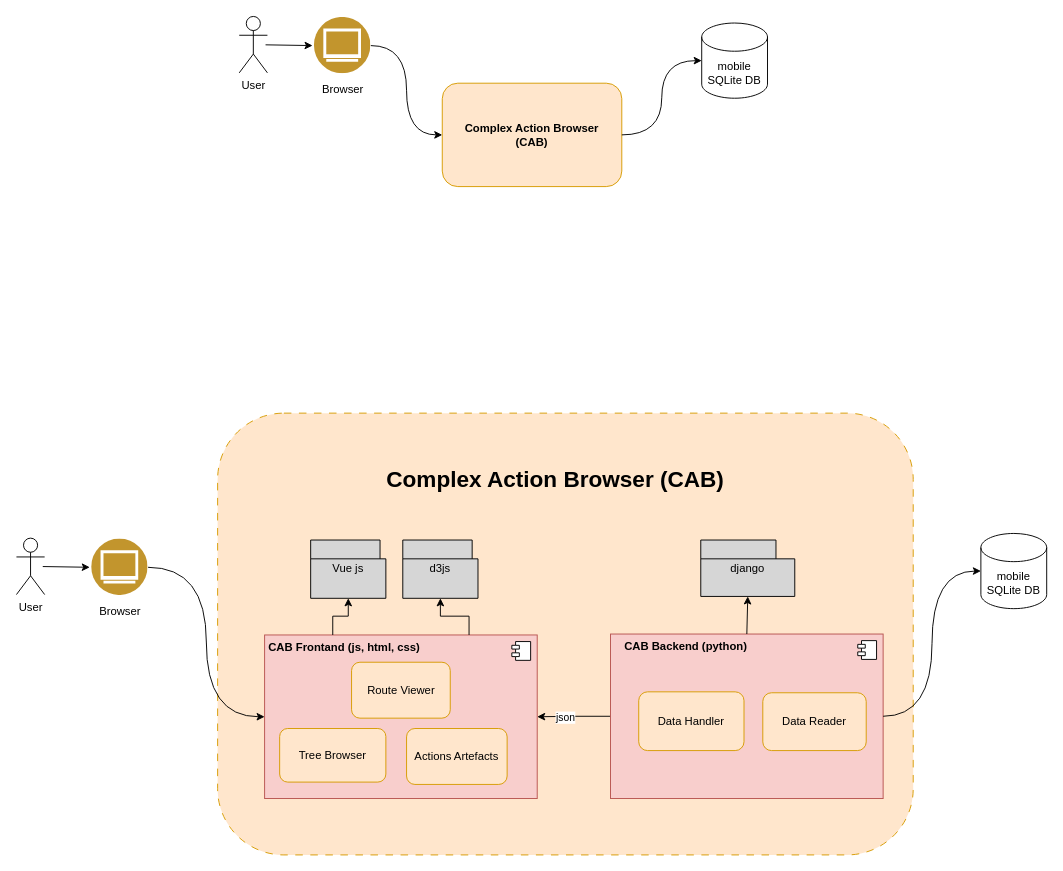
Earlier version of the draw.io diagram doc/Design.drawio (Djelloul-Briksi/Portfolio-Software-Engineering). Source tidied: cells renumbered, new cells numbered last; positions are measured from the earlier drawing's top-left corner, leaving out a move shared by most shapes. Both pictures are drawn from the tidied source at 94%, with x=0, y=0 at pixel (16, 16).
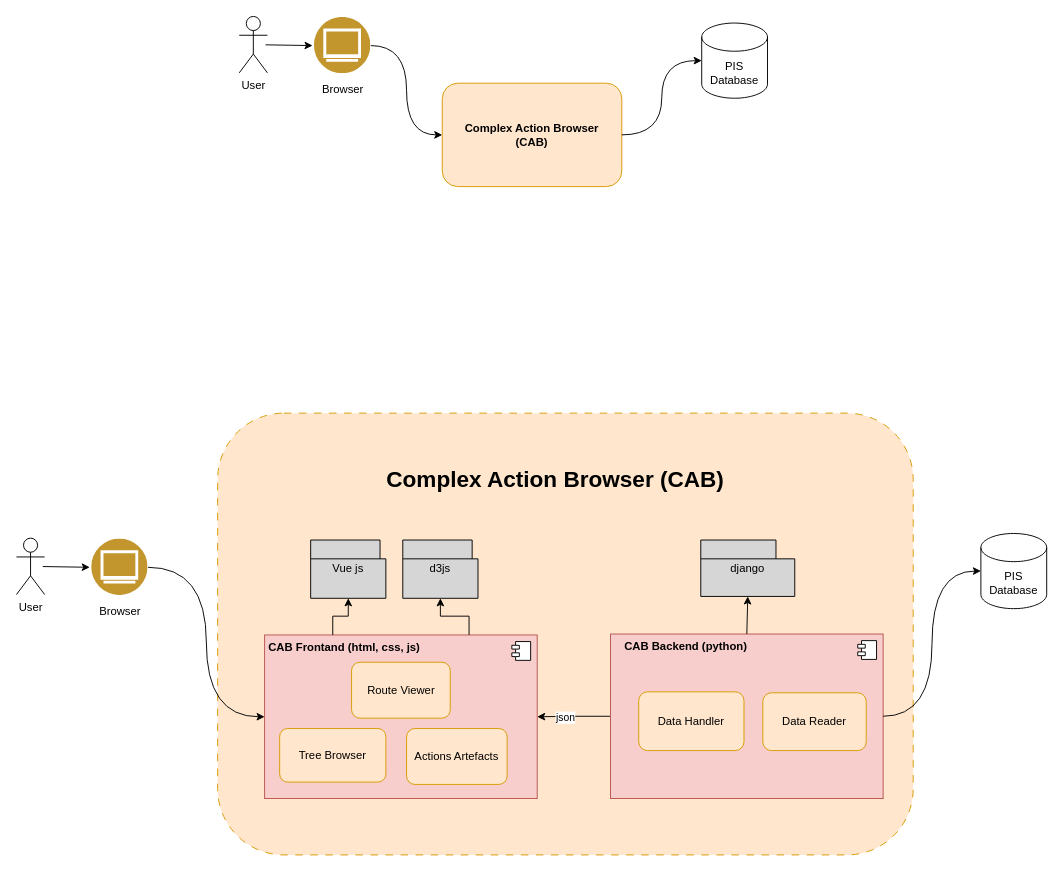
After the change.

Diff of the diagram source:
```diff
@@
-    <mxCell id="6" value="mobile SQLite DB" style="shape=cylinder3;whiteSpace=wrap;html=1;boundedLbl=1;backgroundOutline=1;size=15;" parent="1" vertex="1">
+    <mxCell id="6" value="PIS&lt;div&gt;Database&lt;/div&gt;" style="shape=cylinder3;whiteSpace=wrap;html=1;boundedLbl=1;backgroundOutline=1;size=15;" parent="1" vertex="1">
       <mxGeometry x="729" y="7" width="70" height="80" as="geometry" />
     </mxCell>
@@
-    <mxCell id="16" value="mobile SQLite DB" style="shape=cylinder3;whiteSpace=wrap;html=1;boundedLbl=1;backgroundOutline=1;size=15;" parent="1" vertex="1">
+    <mxCell id="16" value="PIS&lt;div&gt;Database&lt;/div&gt;" style="shape=cylinder3;whiteSpace=wrap;html=1;boundedLbl=1;backgroundOutline=1;size=15;" parent="1" vertex="1">
       <mxGeometry x="1026" y="550" width="70" height="80" as="geometry" />
     </mxCell>
@@
-    <mxCell id="32" value="&lt;span style=&quot;&quot;&gt;CAB Frontand&amp;nbsp;&lt;/span&gt;&lt;span style=&quot;background-color: initial;&quot;&gt;(js, html, css)&lt;/span&gt;" style="text;html=1;align=center;verticalAlign=middle;whiteSpace=wrap;rounded=0;fontStyle=1;" parent="1" vertex="1">
+    <mxCell id="32" value="&lt;span style=&quot;&quot;&gt;CAB Frontand&amp;nbsp;&lt;/span&gt;&lt;span style=&quot;background-color: initial;&quot;&gt;(html, css, js)&lt;/span&gt;" style="text;html=1;align=center;verticalAlign=middle;whiteSpace=wrap;rounded=0;fontStyle=1;" parent="1" vertex="1">
       <mxGeometry x="264" y="657" width="170" height="30" as="geometry" />
     </mxCell>
```
